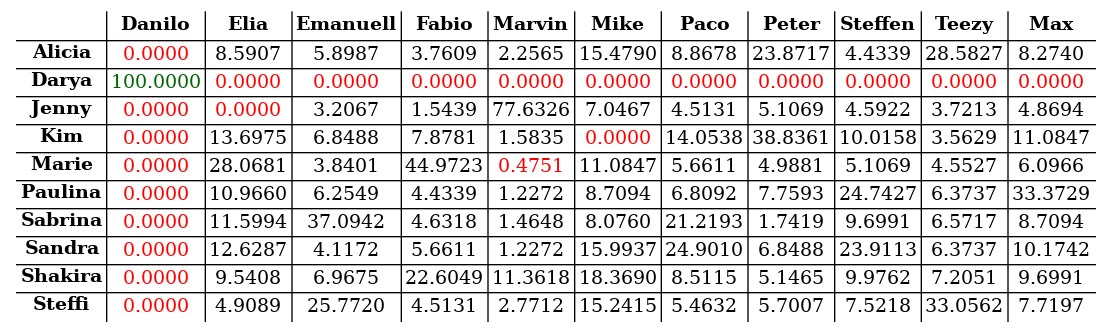
Above: s03r/s03r_tab.png in atticus-sullivan/sim-ayto (Graphviz), before the change. Its source is kept beside it as s03r/s03r_tab.dot.
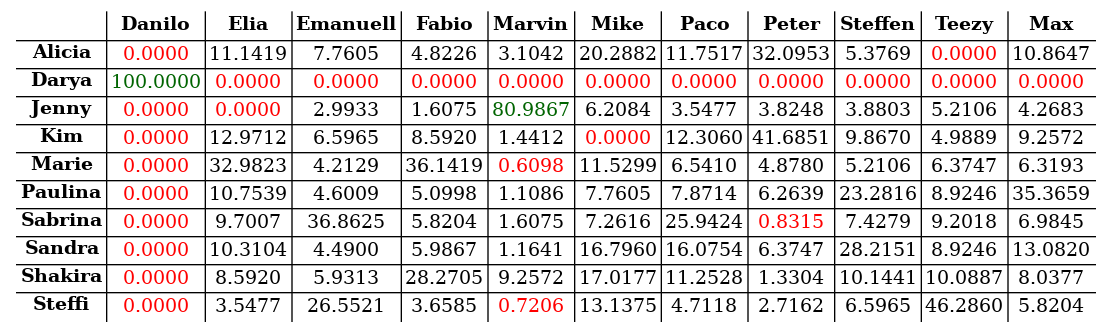
The same diagram one commit later.

The edit, as a diff of the source:
```diff
@@ -17,16 +17,16 @@
 <tr>
 <td><B>Alicia</B></td>
 <td><font color="red">0.0000</font></td>
-<td><font color="black">8.5907</font></td>
-<td><font color="black">5.8987</font></td>
-<td><font color="black">3.7609</font></td>
-<td><font color="black">2.2565</font></td>
-<td><font color="black">15.4790</font></td>
-<td><font color="black">8.8678</font></td>
-<td><font color="black">23.8717</font></td>
-<td><font color="black">4.4339</font></td>
-<td><font color="black">28.5827</font></td>
-<td><font color="black">8.2740</font></td>
+<td><font color="black">11.1419</font></td>
+<td><font color="black">7.7605</font></td>
+<td><font color="black">4.8226</font></td>
+<td><font color="black">3.1042</font></td>
+<td><font color="black">20.2882</font></td>
+<td><font color="black">11.7517</font></td>
+<td><font color="black">32.0953</font></td>
+<td><font color="black">5.3769</font></td>
+<td><font color="red">0.0000</font></td>
+<td><font color="black">10.8647</font></td>
 </tr>
 <tr>
 <td><B>Darya</B></td>
@@ -46,113 +46,113 @@
 <td><B>Jenny</B></td>
 <td><font color="red">0.0000</font></td>
 <td><font color="red">0.0000</font></td>
-<td><font color="black">3.2067</font></td>
-<td><font color="black">1.5439</font></td>
-<td><font color="black">77.6326</font></td>
-<td><font color="black">7.0467</font></td>
-<td><font color="black">4.5131</font></td>
-<td><font color="black">5.1069</font></td>
-<td><font color="black">4.5922</font></td>
-<td><font color="black">3.7213</font></td>
-<td><font color="black">4.8694</font></td>
+<td><font color="black">2.9933</font></td>
+<td><font color="black">1.6075</font></td>
+<td><font color="darkgreen">80.9867</font></td>
+<td><font color="black">6.2084</font></td>
+<td><font color="black">3.5477</font></td>
+<td><font color="black">3.8248</font></td>
+<td><font color="black">3.8803</font></td>
+<td><font color="black">5.2106</font></td>
+<td><font color="black">4.2683</font></td>
 </tr>
 <tr>
 <td><B>Kim</B></td>
 <td><font color="red">0.0000</font></td>
-<td><font color="black">13.6975</font></td>
-<td><font color="black">6.8488</font></td>
-<td><font color="black">7.8781</font></td>
-<td><font color="black">1.5835</font></td>
+<td><font color="black">12.9712</font></td>
+<td><font color="black">6.5965</font></td>
+<td><font color="black">8.5920</font></td>
+<td><font color="black">1.4412</font></td>
 <td><font color="red">0.0000</font></td>
-<td><font color="black">14.0538</font></td>
-<td><font color="black">38.8361</font></td>
-<td><font color="black">10.0158</font></td>
-<td><font color="black">3.5629</font></td>
-<td><font color="black">11.0847</font></td>
+<td><font color="black">12.3060</font></td>
+<td><font color="black">41.6851</font></td>
+<td><font color="black">9.8670</font></td>
+<td><font color="black">4.9889</font></td>
+<td><font color="black">9.2572</font></td>
 </tr>
 <tr>
 <td><B>Marie</B></td>
 <td><font color="red">0.0000</font></td>
-<td><font color="black">28.0681</font></td>
-<td><font color="black">3.8401</font></td>
-<td><font color="black">44.9723</font></td>
-<td><font color="red">0.4751</font></td>
-<td><font color="black">11.0847</font></td>
-<td><font color="black">5.6611</font></td>
-<td><font color="black">4.9881</font></td>
-<td><font color="black">5.1069</font></td>
-<td><font color="black">4.5527</font></td>
-<td><font color="black">6.0966</font></td>
+<td><font color="black">32.9823</font></td>
+<td><font color="black">4.2129</font></td>
+<td><font color="black">36.1419</font></td>
+<td><font color="red">0.6098</font></td>
+<td><font color="black">11.5299</font></td>
+<td><font color="black">6.5410</font></td>
+<td><font color="black">4.8780</font></td>
+<td><font color="black">5.2106</font></td>
+<td><font color="black">6.3747</font></td>
+<td><font color="black">6.3193</font></td>
 </tr>
 <tr>
 <td><B>Paulina</B></td>
 <td><font color="red">0.0000</font></td>
-<td><font color="black">10.9660</font></td>
-<td><font color="black">6.2549</font></td>
-<td><font color="black">4.4339</font></td>
-<td><font color="black">1.2272</font></td>
-<td><font color="black">8.7094</font></td>
-<td><font color="black">6.8092</font></td>
-<td><font color="black">7.7593</font></td>
-<td><font color="black">24.7427</font></td>
-<td><font color="black">6.3737</font></td>
-<td><font color="black">33.3729</font></td>
+<td><font color="black">10.7539</font></td>
+<td><font color="black">4.6009</font></td>
+<td><font color="black">5.0998</font></td>
+<td><font color="black">1.1086</font></td>
+<td><font color="black">7.7605</font></td>
+<td><font color="black">7.8714</font></td>
+<td><font color="black">6.2639</font></td>
+<td><font color="black">23.2816</font></td>
+<td><font color="black">8.9246</font></td>
+<td><font color="black">35.3659</font></td>
 </tr>
 <tr>
 <td><B>Sabrina</B></td>
 <td><font color="red">0.0000</font></td>
-<td><font color="black">11.5994</font></td>
-<td><font color="black">37.0942</font></td>
-<td><font color="black">4.6318</font></td>
-<td><font color="black">1.4648</font></td>
-<td><font color="black">8.0760</font></td>
-<td><font color="black">21.2193</font></td>
-<td><font color="black">1.7419</font></td>
-<td><font color="black">9.6991</font></td>
-<td><font color="black">6.5717</font></td>
-<td><font color="black">8.7094</font></td>
+<td><font color="black">9.7007</font></td>
+<td><font color="black">36.8625</font></td>
+<td><font color="black">5.8204</font></td>
+<td><font color="black">1.6075</font></td>
+<td><font color="black">7.2616</font></td>
+<td><font color="black">25.9424</font></td>
+<td><font color="red">0.8315</font></td>
+<td><font color="black">7.4279</font></td>
+<td><font color="black">9.2018</font></td>
+<td><font color="black">6.9845</font></td>
 </tr>
 <tr>
 <td><B>Sandra</B></td>
 <td><font color="red">0.0000</font></td>
-<td><font color="black">12.6287</font></td>
-<td><font color="black">4.1172</font></td>
-<td><font color="black">5.6611</font></td>
-<td><font color="black">1.2272</font></td>
-<td><font color="black">15.9937</font></td>
-<td><font color="black">24.9010</font></td>
-<td><font color="black">6.8488</font></td>
-<td><font color="black">23.9113</font></td>
-<td><font color="black">6.3737</font></td>
-<td><font color="black">10.1742</font></td>
+<td><font color="black">10.3104</font></td>
+<td><font color="black">4.4900</font></td>
+<td><font color="black">5.9867</font></td>
+<td><font color="black">1.1641</font></td>
+<td><font color="black">16.7960</font></td>
+<td><font color="black">16.0754</font></td>
+<td><font color="black">6.3747</font></td>
+<td><font color="black">28.2151</font></td>
+<td><font color="black">8.9246</font></td>
+<td><font color="black">13.0820</font></td>
 </tr>
 <tr>
 <td><B>Shakira</B></td>
 <td><font color="red">0.0000</font></td>
-<td><font color="black">9.5408</font></td>
-<td><font color="black">6.9675</font></td>
-<td><font color="black">22.6049</font></td>
-<td><font color="black">11.3618</font></td>
-<td><font color="black">18.3690</font></td>
-<td><font color="black">8.5115</font></td>
-<td><font color="black">5.1465</font></td>
-<td><font color="black">9.9762</font></td>
-<td><font color="black">7.2051</font></td>
-<td><font color="black">9.6991</font></td>
+<td><font color="black">8.5920</font></td>
+<td><font color="black">5.9313</font></td>
+<td><font color="black">28.2705</font></td>
+<td><font color="black">9.2572</font></td>
+<td><font color="black">17.0177</font></td>
+<td><font color="black">11.2528</font></td>
+<td><font color="black">1.3304</font></td>
+<td><font color="black">10.1441</font></td>
+<td><font color="black">10.0887</font></td>
+<td><font color="black">8.0377</font></td>
 </tr>
 <tr>
 <td><B>Steffi</B></td>
 <td><font color="red">0.0000</font></td>
-<td><font color="black">4.9089</font></td>
-<td><font color="black">25.7720</font></td>
-<td><font color="black">4.5131</font></td>
-<td><font color="black">2.7712</font></td>
-<td><font color="black">15.2415</font></td>
-<td><font color="black">5.4632</font></td>
-<td><font color="black">5.7007</font></td>
-<td><font color="black">7.5218</font></td>
-<td><font color="black">33.0562</font></td>
-<td><font color="black">7.7197</font></td>
+<td><font color="black">3.5477</font></td>
+<td><font color="black">26.5521</font></td>
+<td><font color="black">3.6585</font></td>
+<td><font color="red">0.7206</font></td>
+<td><font color="black">13.1375</font></td>
+<td><font color="black">4.7118</font></td>
+<td><font color="black">2.7162</font></td>
+<td><font color="black">6.5965</font></td>
+<td><font color="black">46.2860</font></td>
+<td><font color="black">5.8204</font></td>
 </tr>
 </table>
 >];}
```
